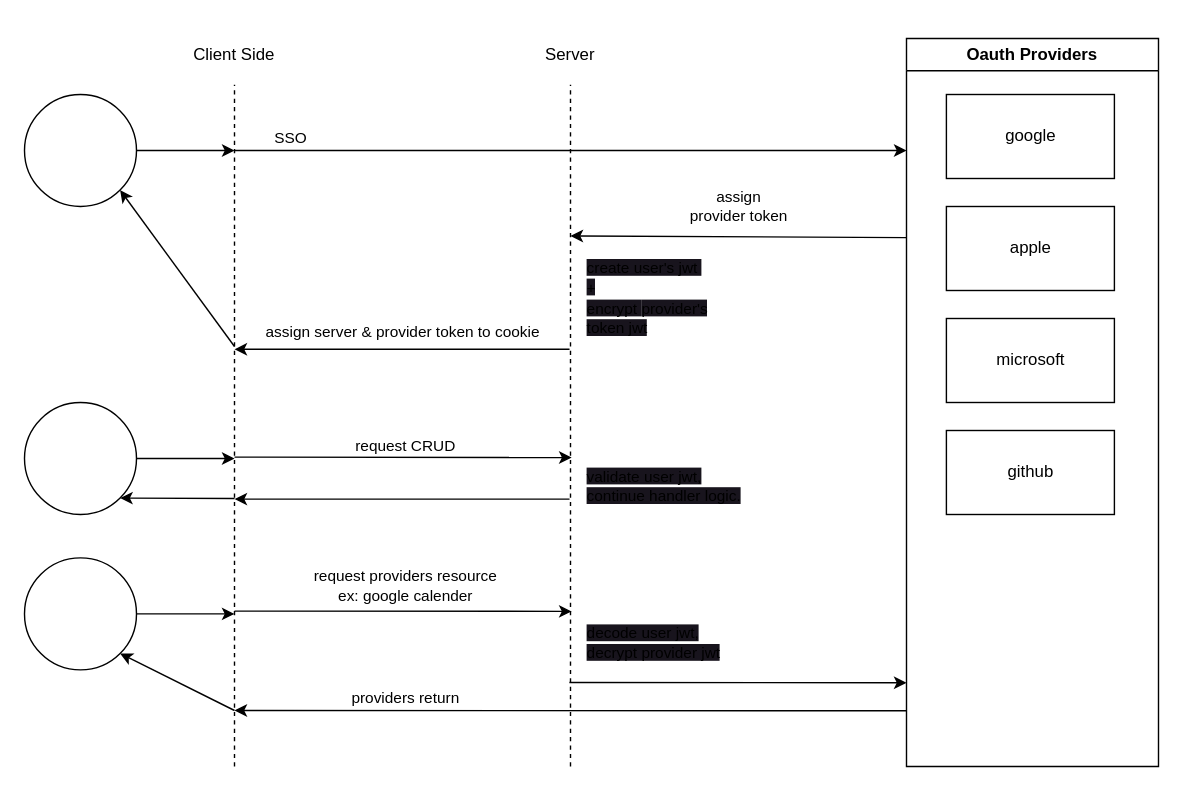
Above: page "CookieStore" (1 of 2) of plan/auth.drawio in Justin26l/VeryExpress (draw.io), before the change. Source tidied: cells renumbered, new cells numbered last; positions are measured from the earlier drawing's top-left corner, leaving out a move shared by most shapes. Both pictures are drawn from the tidied source at 140%, with x=0, y=0 at pixel (24, 24).
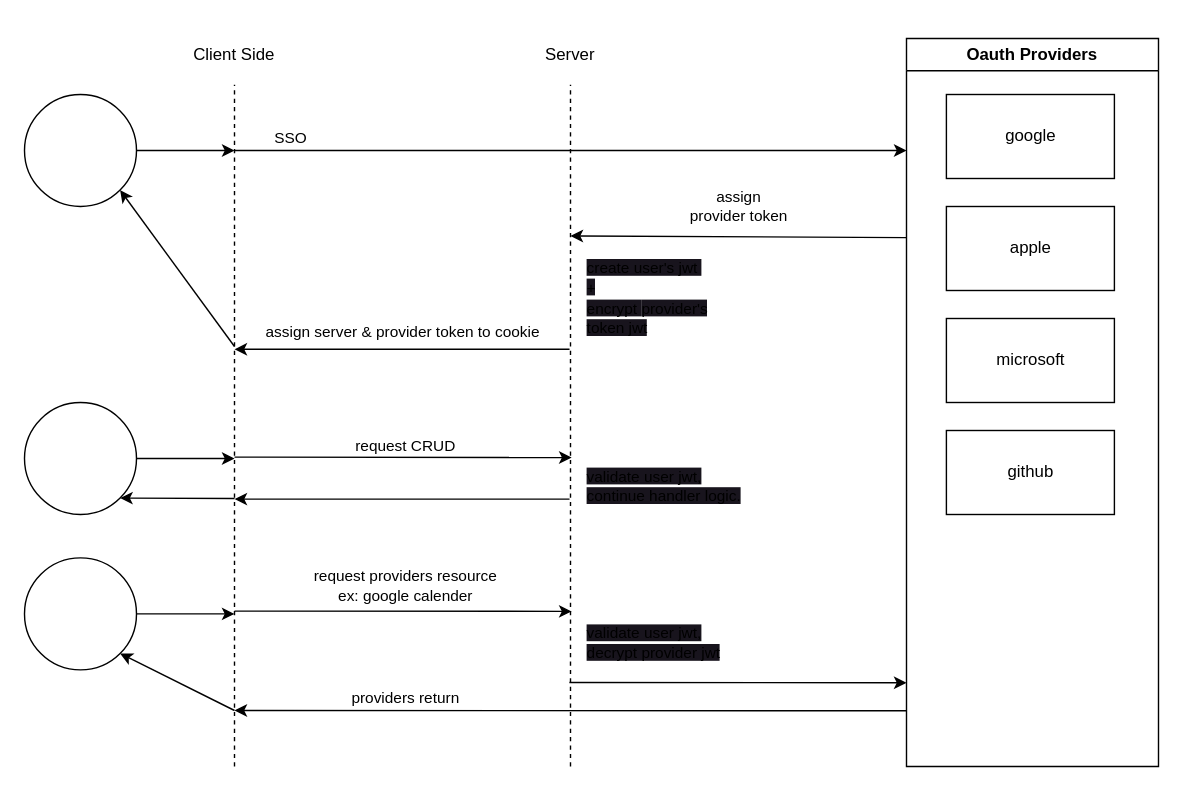
Above is the later version.

Diff of the diagram source:
```diff
@@
-    <mxCell id="21" value="&lt;span style=&quot;font-size: 11px; text-align: center; background-color: rgb(24, 20, 29);&quot;&gt;decode user jwt,&lt;br&gt;decrypt provider jwt&lt;br&gt;&lt;/span&gt;" style="text;whiteSpace=wrap;html=1;" parent="1" vertex="1">
+    <mxCell id="21" value="&lt;span style=&quot;font-size: 11px; text-align: center; background-color: rgb(24, 20, 29);&quot;&gt;validate user jwt,&lt;br&gt;decrypt provider jwt&lt;br&gt;&lt;/span&gt;" style="text;whiteSpace=wrap;html=1;" parent="1" vertex="1">
       <mxGeometry x="400" y="421" width="160" height="40" as="geometry" />
     </mxCell>
```
